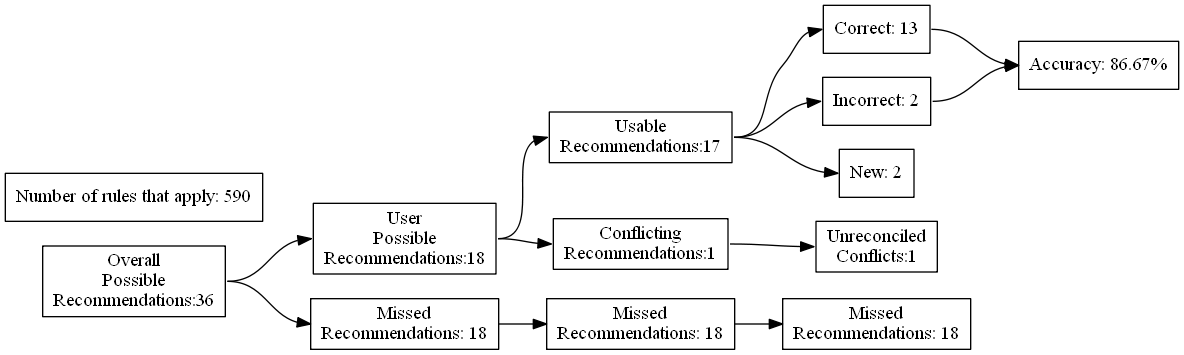
Above: test_renders/23.gv.png in ZaxR/ibd_diet_analysis (Graphviz), before the change. Its source is kept beside it as test_renders/23.gv.
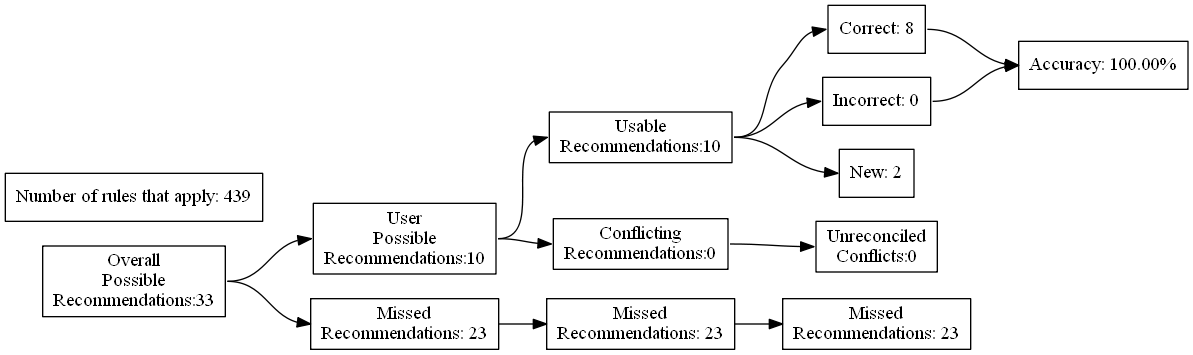
After the commit.

Change to the diagram source:
```diff
@@ -4,27 +4,27 @@
 	edge [headport=w tailport=e]
 		A [label="Overall
 Possible
-Recommendations:36"]
+Recommendations:33"]
 		B [label="User
 Possible
-Recommendations:18"]
+Recommendations:10"]
 		C [label="Missed
-Recommendations: 18"]
+Recommendations: 23"]
 		D [label="Usable
-Recommendations:17"]
+Recommendations:10"]
 		E [label="Conflicting
-Recommendations:1"]
+Recommendations:0"]
 		J [label="Missed
-Recommendations: 18"]
+Recommendations: 23"]
 		M [label="Unreconciled
-Conflicts:1"]
-		F [label="Correct: 13"]
-		G [label="Incorrect: 2"]
+Conflicts:0"]
+		F [label="Correct: 8"]
+		G [label="Incorrect: 0"]
 		H [label="New: 2"]
 		K [label="Missed
-Recommendations: 18"]
-		I [label="Accuracy: 86.67%"]
-		l [label="Number of rules that apply: 590"]
+Recommendations: 23"]
+		I [label="Accuracy: 100.00%"]
+		l [label="Number of rules that apply: 439"]
 			A -> B
 			A -> C
 			B -> D
```
